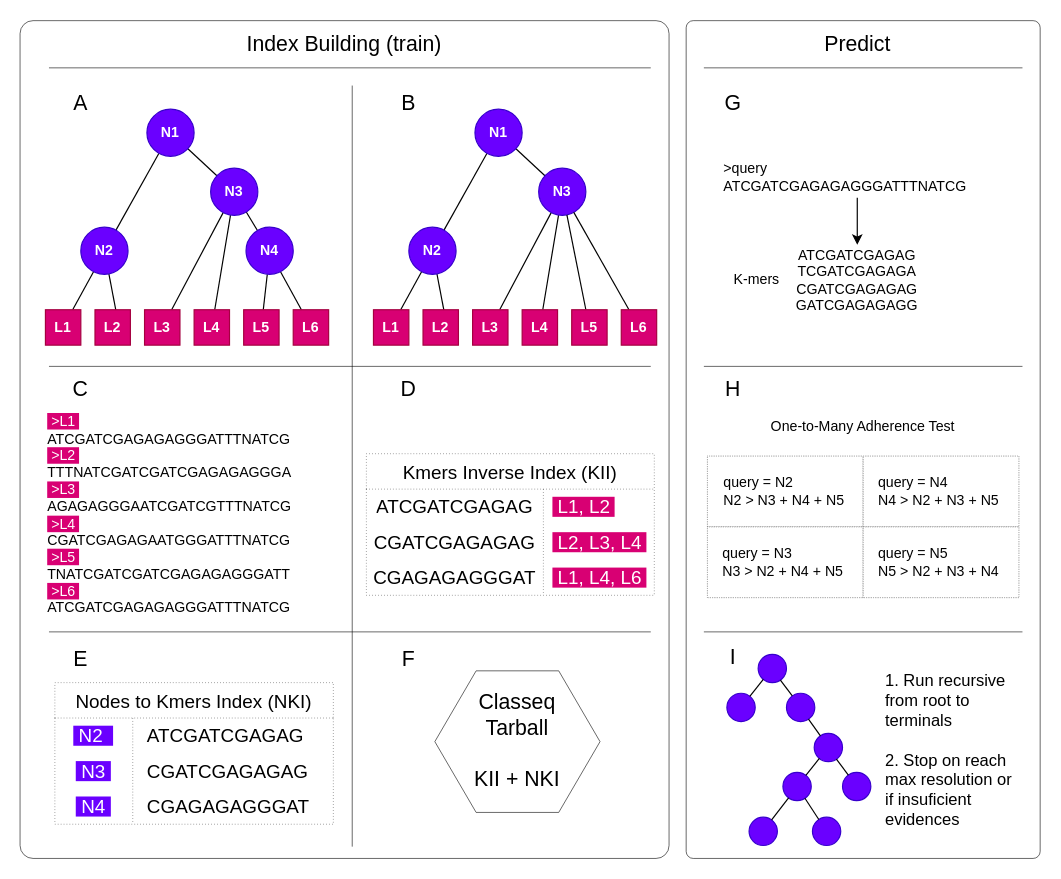
LepistaBioinformatics/classeq keeps this draw.io diagram as page "main-comcepts" (1 of 2) of docs/drawio/classeq.drawio. Above is the earlier version. Source tidied: cells renumbered, new cells numbered last; positions are measured from the earlier drawing's top-left corner, leaving out a move shared by most shapes. Both pictures are drawn from the tidied source at 118%, with x=0, y=0 at pixel (20, 20).
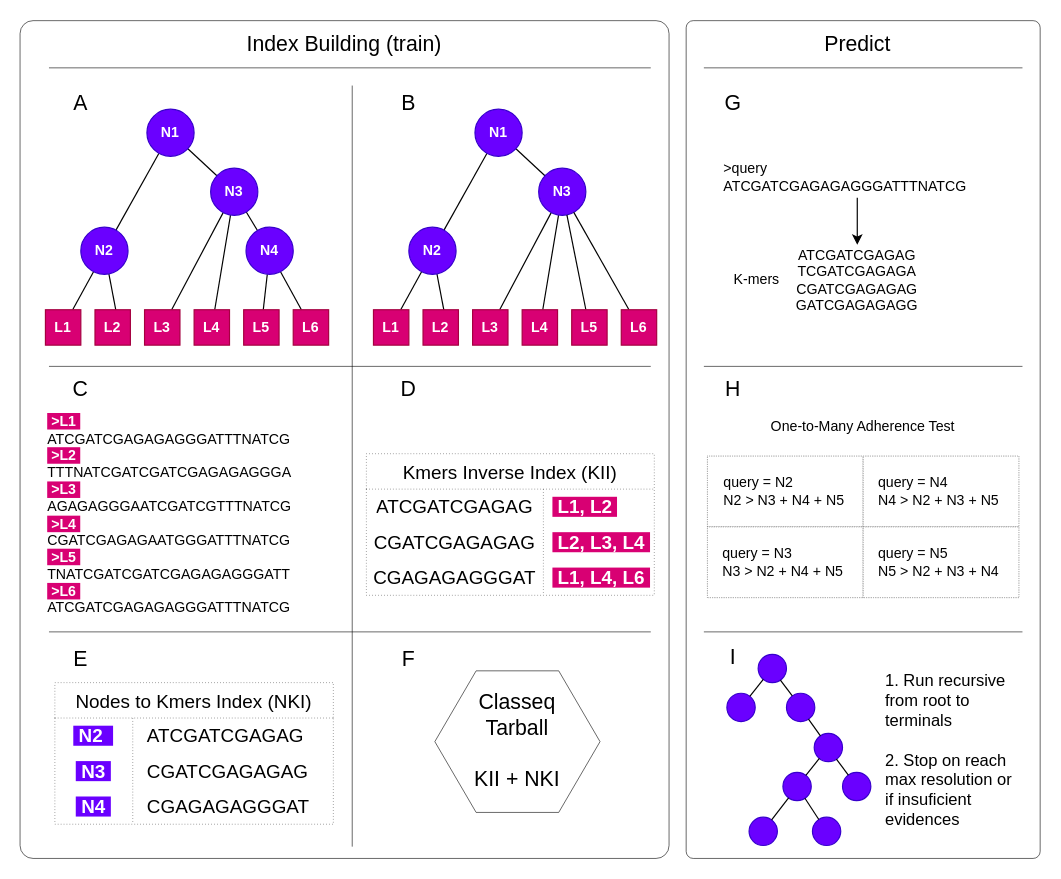
The same page after the edit.

The change refers to these unchanged cells:
```xml
<mxCell id="42" style="shape=tableRow;horizontal=0;startSize=0;swimlaneHead=0;swimlaneBody=0;top=0;left=0;bottom=0;right=0;fillColor=none;strokeColor=inherit;fontSize=16;swimlaneFillColor=default;" parent="41" vertex="1">
  <mxGeometry y="30" width="244" height="30" as="geometry" />
</mxCell>
<mxCell id="45" style="shape=tableRow;horizontal=0;startSize=0;swimlaneHead=0;swimlaneBody=0;top=0;left=0;bottom=0;right=0;fillColor=none;strokeColor=inherit;fontSize=16;" parent="41" vertex="1">
  <mxGeometry y="60" width="244" height="30" as="geometry" />
</mxCell>
<mxCell id="48" style="shape=tableRow;horizontal=0;startSize=0;swimlaneHead=0;swimlaneBody=0;top=0;left=0;bottom=0;right=0;fillColor=none;strokeColor=inherit;fontSize=16;" parent="41" vertex="1">
  <mxGeometry y="90" width="244" height="30" as="geometry" />
</mxCell>
<mxCell id="54" style="shape=tableRow;horizontal=0;startSize=0;swimlaneHead=0;swimlaneBody=0;top=0;left=0;bottom=0;right=0;fillColor=none;strokeColor=inherit;fontSize=16;swimlaneFillColor=default;" parent="53" vertex="1">
  <mxGeometry y="30" width="236" height="30" as="geometry" />
</mxCell>
<mxCell id="57" style="shape=tableRow;horizontal=0;startSize=0;swimlaneHead=0;swimlaneBody=0;top=0;left=0;bottom=0;right=0;fillColor=none;strokeColor=inherit;fontSize=16;" parent="53" vertex="1">
  <mxGeometry y="60" width="236" height="30" as="geometry" />
</mxCell>
<mxCell id="60" style="shape=tableRow;horizontal=0;startSize=0;swimlaneHead=0;swimlaneBody=0;top=0;left=0;bottom=0;right=0;fillColor=none;strokeColor=inherit;fontSize=16;" parent="53" vertex="1">
  <mxGeometry y="90" width="236" height="30" as="geometry" />
</mxCell>
```

The edit, as a diff of the source:
```diff
@@
-    <mxCell id="40" value="&lt;font color=&quot;#ffffff&quot;&gt;&lt;span style=&quot;background-color: rgb(216, 0, 115);&quot;&gt;&amp;nbsp;&amp;gt;L1&amp;nbsp;&lt;/span&gt;&lt;br&gt;&lt;/font&gt;ATCGATCGAGAGAGGGATTTNATCG&lt;br&gt;&lt;font color=&quot;#ffffff&quot;&gt;&lt;span style=&quot;background-color: rgb(216, 0, 115);&quot;&gt;&amp;nbsp;&amp;gt;L2&amp;nbsp;&lt;/span&gt;&lt;br&gt;&lt;/font&gt;TTTNATCGATCGATCGAGAGAGGGA&lt;br&gt;&lt;font color=&quot;#ffffff&quot;&gt;&lt;span style=&quot;background-color: rgb(216, 0, 115);&quot;&gt;&amp;nbsp;&amp;gt;L3&amp;nbsp;&lt;/span&gt;&lt;br&gt;&lt;/font&gt;AGAGAGGGAATCGATCGTTTNATCG&lt;br&gt;&lt;font color=&quot;#ffffff&quot;&gt;&lt;span style=&quot;background-color: rgb(216, 0, 115);&quot;&gt;&amp;nbsp;&amp;gt;L4&amp;nbsp;&lt;/span&gt;&lt;br&gt;&lt;/font&gt;CGATCGAGAGAATGGGATTTNATCG&lt;br&gt;&lt;font color=&quot;#ffffff&quot;&gt;&lt;span style=&quot;background-color: rgb(216, 0, 115);&quot;&gt;&amp;nbsp;&amp;gt;L5&amp;nbsp;&lt;/span&gt;&lt;br&gt;&lt;/font&gt;TNATCGATCGATCGAGAGAGGGATT&lt;br&gt;&lt;font color=&quot;#ffffff&quot;&gt;&lt;span style=&quot;background-color: rgb(216, 0, 115);&quot;&gt;&amp;nbsp;&amp;gt;L6&amp;nbsp;&lt;/span&gt;&lt;br&gt;&lt;/font&gt;ATCGATCGAGAGAGGGATTTNATCG" style="text;html=1;strokeColor=none;fillColor=none;align=left;verticalAlign=middle;whiteSpace=wrap;rounded=0;" parent="1" vertex="1">
+    <mxCell id="40" value="&lt;font color=&quot;#ffffff&quot;&gt;&lt;b&gt;&lt;span style=&quot;background-color: rgb(216, 0, 115);&quot;&gt;&amp;nbsp;&amp;gt;L1&amp;nbsp;&lt;/span&gt;&lt;br&gt;&lt;/b&gt;&lt;/font&gt;ATCGATCGAGAGAGGGATTTNATCG&lt;br&gt;&lt;font color=&quot;#ffffff&quot;&gt;&lt;b&gt;&lt;span style=&quot;background-color: rgb(216, 0, 115);&quot;&gt;&amp;nbsp;&amp;gt;L2&amp;nbsp;&lt;/span&gt;&lt;br&gt;&lt;/b&gt;&lt;/font&gt;TTTNATCGATCGATCGAGAGAGGGA&lt;br&gt;&lt;font color=&quot;#ffffff&quot;&gt;&lt;b&gt;&lt;span style=&quot;background-color: rgb(216, 0, 115);&quot;&gt;&amp;nbsp;&amp;gt;L3&amp;nbsp;&lt;/span&gt;&lt;br&gt;&lt;/b&gt;&lt;/font&gt;AGAGAGGGAATCGATCGTTTNATCG&lt;br&gt;&lt;font color=&quot;#ffffff&quot;&gt;&lt;b&gt;&lt;span style=&quot;background-color: rgb(216, 0, 115);&quot;&gt;&amp;nbsp;&amp;gt;L4&amp;nbsp;&lt;/span&gt;&lt;br&gt;&lt;/b&gt;&lt;/font&gt;CGATCGAGAGAATGGGATTTNATCG&lt;br&gt;&lt;font color=&quot;#ffffff&quot;&gt;&lt;b&gt;&lt;span style=&quot;background-color: rgb(216, 0, 115);&quot;&gt;&amp;nbsp;&amp;gt;L5&amp;nbsp;&lt;/span&gt;&lt;br&gt;&lt;/b&gt;&lt;/font&gt;TNATCGATCGATCGAGAGAGGGATT&lt;br&gt;&lt;font color=&quot;#ffffff&quot;&gt;&lt;b&gt;&lt;span style=&quot;background-color: rgb(216, 0, 115);&quot;&gt;&amp;nbsp;&amp;gt;L6&amp;nbsp;&lt;/span&gt;&lt;br&gt;&lt;/b&gt;&lt;/font&gt;ATCGATCGAGAGAGGGATTTNATCG" style="text;html=1;strokeColor=none;fillColor=none;align=left;verticalAlign=middle;whiteSpace=wrap;rounded=0;" parent="1" vertex="1">
       <mxGeometry x="21" y="329" width="228" height="180" as="geometry" />
     </mxCell>
@@
-    <mxCell id="44" value="&lt;span style=&quot;background-color: rgb(216, 0, 115);&quot;&gt;&lt;font color=&quot;#ffffff&quot;&gt;&amp;nbsp;L1, L2&amp;nbsp;&lt;/font&gt;&lt;/span&gt;" style="shape=partialRectangle;html=1;whiteSpace=wrap;fillColor=none;top=0;left=0;bottom=0;right=0;align=left;spacingLeft=6;overflow=hidden;strokeColor=inherit;fontSize=16;" parent="42" vertex="1">
+    <mxCell id="44" value="&lt;span style=&quot;background-color: rgb(216, 0, 115);&quot;&gt;&lt;font color=&quot;#ffffff&quot;&gt;&lt;b&gt;&amp;nbsp;L1, L2&amp;nbsp;&lt;/b&gt;&lt;/font&gt;&lt;/span&gt;" style="shape=partialRectangle;html=1;whiteSpace=wrap;fillColor=none;top=0;left=0;bottom=0;right=0;align=left;spacingLeft=6;overflow=hidden;strokeColor=inherit;fontSize=16;" parent="42" vertex="1">
       <mxGeometry x="150" width="94" height="30" as="geometry" />
     </mxCell>
@@
-    <mxCell id="47" value="&lt;span style=&quot;background-color: rgb(216, 0, 115);&quot;&gt;&lt;font color=&quot;#ffffff&quot;&gt;&amp;nbsp;L2, L3, L4&amp;nbsp;&lt;/font&gt;&lt;/span&gt;" style="shape=partialRectangle;html=1;whiteSpace=wrap;fillColor=none;top=0;left=0;bottom=0;right=0;align=left;spacingLeft=6;overflow=hidden;strokeColor=inherit;fontSize=16;swimlaneFillColor=default;" parent="45" vertex="1">
+    <mxCell id="47" value="&lt;span style=&quot;background-color: rgb(216, 0, 115);&quot;&gt;&lt;font color=&quot;#ffffff&quot;&gt;&lt;b&gt;&amp;nbsp;L2, L3, L4&amp;nbsp;&lt;/b&gt;&lt;/font&gt;&lt;/span&gt;" style="shape=partialRectangle;html=1;whiteSpace=wrap;fillColor=none;top=0;left=0;bottom=0;right=0;align=left;spacingLeft=6;overflow=hidden;strokeColor=inherit;fontSize=16;swimlaneFillColor=default;" parent="45" vertex="1">
       <mxGeometry x="150" width="94" height="30" as="geometry" />
     </mxCell>
@@
-    <mxCell id="50" value="&lt;span style=&quot;background-color: rgb(216, 0, 115);&quot;&gt;&lt;font color=&quot;#ffffff&quot;&gt;&amp;nbsp;L1, L4, L6&amp;nbsp;&lt;/font&gt;&lt;/span&gt;" style="shape=partialRectangle;html=1;whiteSpace=wrap;fillColor=none;top=0;left=0;bottom=0;right=0;align=left;spacingLeft=6;overflow=hidden;strokeColor=inherit;fontSize=16;swimlaneFillColor=default;" parent="48" vertex="1">
+    <mxCell id="50" value="&lt;span style=&quot;background-color: rgb(216, 0, 115);&quot;&gt;&lt;font color=&quot;#ffffff&quot;&gt;&lt;b&gt;&amp;nbsp;L1, L4, L6&amp;nbsp;&lt;/b&gt;&lt;/font&gt;&lt;/span&gt;" style="shape=partialRectangle;html=1;whiteSpace=wrap;fillColor=none;top=0;left=0;bottom=0;right=0;align=left;spacingLeft=6;overflow=hidden;strokeColor=inherit;fontSize=16;swimlaneFillColor=default;" parent="48" vertex="1">
       <mxGeometry x="150" width="94" height="30" as="geometry" />
     </mxCell>
@@
-    <mxCell id="55" value="&lt;span style=&quot;background-color: rgb(106, 0, 255);&quot;&gt;&lt;font color=&quot;#ffffff&quot;&gt;&amp;nbsp;N2&amp;nbsp;&amp;nbsp;&lt;/font&gt;&lt;/span&gt;" style="shape=partialRectangle;html=1;whiteSpace=wrap;fillColor=none;top=0;left=0;bottom=0;right=0;overflow=hidden;strokeColor=inherit;fontSize=16;" parent="54" vertex="1">
+    <mxCell id="55" value="&lt;span style=&quot;background-color: rgb(106, 0, 255);&quot;&gt;&lt;font color=&quot;#ffffff&quot;&gt;&lt;b&gt;&amp;nbsp;N2&amp;nbsp;&amp;nbsp;&lt;/b&gt;&lt;/font&gt;&lt;/span&gt;" style="shape=partialRectangle;html=1;whiteSpace=wrap;fillColor=none;top=0;left=0;bottom=0;right=0;overflow=hidden;strokeColor=inherit;fontSize=16;" parent="54" vertex="1">
       <mxGeometry width="66" height="30" as="geometry" />
     </mxCell>
@@
-    <mxCell id="58" value="&lt;span style=&quot;background-color: rgb(106, 0, 255);&quot;&gt;&lt;font color=&quot;#ffffff&quot;&gt;&amp;nbsp;N3&amp;nbsp;&lt;/font&gt;&lt;/span&gt;" style="shape=partialRectangle;html=1;whiteSpace=wrap;fillColor=none;top=0;left=0;bottom=0;right=0;overflow=hidden;strokeColor=#F5F5F5;fontSize=16;swimlaneFillColor=default;" parent="57" vertex="1">
+    <mxCell id="58" value="&lt;span style=&quot;background-color: rgb(106, 0, 255);&quot;&gt;&lt;font color=&quot;#ffffff&quot;&gt;&lt;b&gt;&amp;nbsp;N3&amp;nbsp;&lt;/b&gt;&lt;/font&gt;&lt;/span&gt;" style="shape=partialRectangle;html=1;whiteSpace=wrap;fillColor=none;top=0;left=0;bottom=0;right=0;overflow=hidden;strokeColor=#F5F5F5;fontSize=16;swimlaneFillColor=default;" parent="57" vertex="1">
       <mxGeometry width="66" height="30" as="geometry" />
     </mxCell>
@@
-    <mxCell id="61" value="&lt;span style=&quot;background-color: rgb(106, 0, 255);&quot;&gt;&lt;font color=&quot;#ffffff&quot;&gt;&amp;nbsp;N4&amp;nbsp;&lt;/font&gt;&lt;/span&gt;" style="shape=partialRectangle;html=1;whiteSpace=wrap;fillColor=none;top=0;left=0;bottom=0;right=0;overflow=hidden;strokeColor=#F5F5F5;fontSize=16;swimlaneFillColor=default;" parent="60" vertex="1">
+    <mxCell id="61" value="&lt;span style=&quot;background-color: rgb(106, 0, 255);&quot;&gt;&lt;font color=&quot;#ffffff&quot;&gt;&lt;b&gt;&amp;nbsp;N4&amp;nbsp;&lt;/b&gt;&lt;/font&gt;&lt;/span&gt;" style="shape=partialRectangle;html=1;whiteSpace=wrap;fillColor=none;top=0;left=0;bottom=0;right=0;overflow=hidden;strokeColor=#F5F5F5;fontSize=16;swimlaneFillColor=default;" parent="60" vertex="1">
       <mxGeometry width="66" height="30" as="geometry" />
     </mxCell>
```
